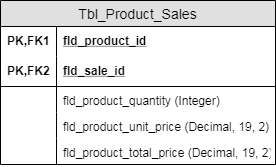
Before: documentation/Product Sale Entity.png, a diagram exported from draw.io (Djsiclait/MiniMarketInventoryManagement). Source tidied: cells renumbered, new cells last; positions are measured from the earlier drawing's top-left corner, leaving out a move shared by most shapes. The source it was exported from:
```xml
<mxGraphModel>
  <root>
    <mxCell id="0" />
    <mxCell id="1" parent="0" />
    <mxCell id="2" value="Tbl_Product_Sales" style="swimlane;fontStyle=0;horizontal=1;startSize=26;fillColor=#e0e0e0;swimlaneFillColor=#ffffff;align=center;fontSize=14;" parent="1" vertex="1">
      <mxGeometry width="275" height="164" as="geometry" />
    </mxCell>
    <mxCell id="3" value="fld_product_id" style="shape=partialRectangle;top=0;left=0;right=0;bottom=0;align=left;verticalAlign=middle;fillColor=none;spacingLeft=60;spacingRight=4;overflow=hidden;fontStyle=5;fontSize=12;" parent="2" vertex="1">
      <mxGeometry y="26" width="275" height="30" as="geometry" />
    </mxCell>
    <mxCell id="4" value="PK,FK1" style="shape=partialRectangle;fontStyle=1;top=0;left=0;bottom=0;fillColor=none;align=left;verticalAlign=middle;spacingLeft=4;spacingRight=4;overflow=hidden;fontSize=12;" parent="3" vertex="1">
      <mxGeometry width="56" height="30" as="geometry" />
    </mxCell>
    <mxCell id="5" value="fld_sale_id" style="shape=partialRectangle;top=0;left=0;right=0;bottom=1;align=left;verticalAlign=middle;fillColor=none;spacingLeft=60;spacingRight=4;overflow=hidden;fontStyle=5;fontSize=12;" parent="2" vertex="1">
      <mxGeometry y="56" width="275" height="30" as="geometry" />
    </mxCell>
    <mxCell id="6" value="PK,FK2" style="shape=partialRectangle;fontStyle=1;top=0;left=0;bottom=0;fillColor=none;align=left;verticalAlign=middle;spacingLeft=4;spacingRight=4;overflow=hidden;fontSize=12;" parent="5" vertex="1">
      <mxGeometry width="56" height="30" as="geometry" />
    </mxCell>
    <mxCell id="7" value="fld_product_quantity (Integer)" style="shape=partialRectangle;top=0;left=0;right=0;bottom=0;align=left;verticalAlign=top;fillColor=none;spacingLeft=60;spacingRight=4;overflow=hidden;fontSize=12;" parent="2" vertex="1">
      <mxGeometry y="86" width="275" height="26" as="geometry" />
    </mxCell>
    <mxCell id="8" style="shape=partialRectangle;top=0;left=0;bottom=0;fillColor=none;align=left;verticalAlign=top;spacingLeft=4;spacingRight=4;overflow=hidden;fontSize=12;" parent="7" vertex="1">
      <mxGeometry width="56" height="26" as="geometry" />
    </mxCell>
    <mxCell id="9" value="fld_product_unit_price (Decimal, 19, 2)" style="shape=partialRectangle;top=0;left=0;right=0;bottom=0;align=left;verticalAlign=top;fillColor=none;spacingLeft=60;spacingRight=4;overflow=hidden;fontSize=12;" parent="2" vertex="1">
      <mxGeometry y="112" width="275" height="26" as="geometry" />
    </mxCell>
    <mxCell id="10" style="shape=partialRectangle;top=0;left=0;bottom=0;fillColor=none;align=left;verticalAlign=top;spacingLeft=4;spacingRight=4;overflow=hidden;fontSize=12;" parent="9" vertex="1">
      <mxGeometry width="56" height="26" as="geometry" />
    </mxCell>
    <mxCell id="11" value="fld_product_total_price (Decimal, 19, 2)" style="shape=partialRectangle;top=0;left=0;right=0;bottom=0;align=left;verticalAlign=top;fillColor=none;spacingLeft=60;spacingRight=4;overflow=hidden;fontSize=12;" parent="2" vertex="1">
      <mxGeometry y="138" width="275" height="26" as="geometry" />
    </mxCell>
    <mxCell id="12" style="shape=partialRectangle;top=0;left=0;bottom=0;fillColor=none;align=left;verticalAlign=top;spacingLeft=4;spacingRight=4;overflow=hidden;fontSize=12;" parent="11" vertex="1">
      <mxGeometry width="56" height="26" as="geometry" />
    </mxCell>
  </root>
</mxGraphModel>
```
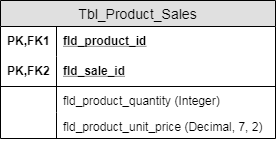
The same diagram one commit later.

Commit message:
Modify product sale entity

Change to the diagram source:
```diff
@@ -3,7 +3,7 @@
     <mxCell id="0" />
     <mxCell id="1" parent="0" />
     <mxCell id="2" value="Tbl_Product_Sales" style="swimlane;fontStyle=0;horizontal=1;startSize=26;fillColor=#e0e0e0;swimlaneFillColor=#ffffff;align=center;fontSize=14;" parent="1" vertex="1">
-      <mxGeometry width="275" height="164" as="geometry" />
+      <mxGeometry width="275" height="138" as="geometry" />
     </mxCell>
     <mxCell id="3" value="fld_product_id" style="shape=partialRectangle;top=0;left=0;right=0;bottom=0;align=left;verticalAlign=middle;fillColor=none;spacingLeft=60;spacingRight=4;overflow=hidden;fontStyle=5;fontSize=12;" parent="2" vertex="1">
       <mxGeometry y="26" width="275" height="30" as="geometry" />
@@ -23,17 +23,11 @@
     <mxCell id="8" style="shape=partialRectangle;top=0;left=0;bottom=0;fillColor=none;align=left;verticalAlign=top;spacingLeft=4;spacingRight=4;overflow=hidden;fontSize=12;" parent="7" vertex="1">
       <mxGeometry width="56" height="26" as="geometry" />
     </mxCell>
-    <mxCell id="9" value="fld_product_unit_price (Decimal, 19, 2)" style="shape=partialRectangle;top=0;left=0;right=0;bottom=0;align=left;verticalAlign=top;fillColor=none;spacingLeft=60;spacingRight=4;overflow=hidden;fontSize=12;" parent="2" vertex="1">
+    <mxCell id="9" value="fld_product_unit_price (Decimal, 7, 2)" style="shape=partialRectangle;top=0;left=0;right=0;bottom=0;align=left;verticalAlign=top;fillColor=none;spacingLeft=60;spacingRight=4;overflow=hidden;fontSize=12;" parent="2" vertex="1">
       <mxGeometry y="112" width="275" height="26" as="geometry" />
     </mxCell>
     <mxCell id="10" style="shape=partialRectangle;top=0;left=0;bottom=0;fillColor=none;align=left;verticalAlign=top;spacingLeft=4;spacingRight=4;overflow=hidden;fontSize=12;" parent="9" vertex="1">
       <mxGeometry width="56" height="26" as="geometry" />
     </mxCell>
-    <mxCell id="11" value="fld_product_total_price (Decimal, 19, 2)" style="shape=partialRectangle;top=0;left=0;right=0;bottom=0;align=left;verticalAlign=top;fillColor=none;spacingLeft=60;spacingRight=4;overflow=hidden;fontSize=12;" parent="2" vertex="1">
-      <mxGeometry y="138" width="275" height="26" as="geometry" />
-    </mxCell>
-    <mxCell id="12" style="shape=partialRectangle;top=0;left=0;bottom=0;fillColor=none;align=left;verticalAlign=top;spacingLeft=4;spacingRight=4;overflow=hidden;fontSize=12;" parent="11" vertex="1">
-      <mxGeometry width="56" height="26" as="geometry" />
-    </mxCell>
   </root>
 </mxGraphModel>
```
